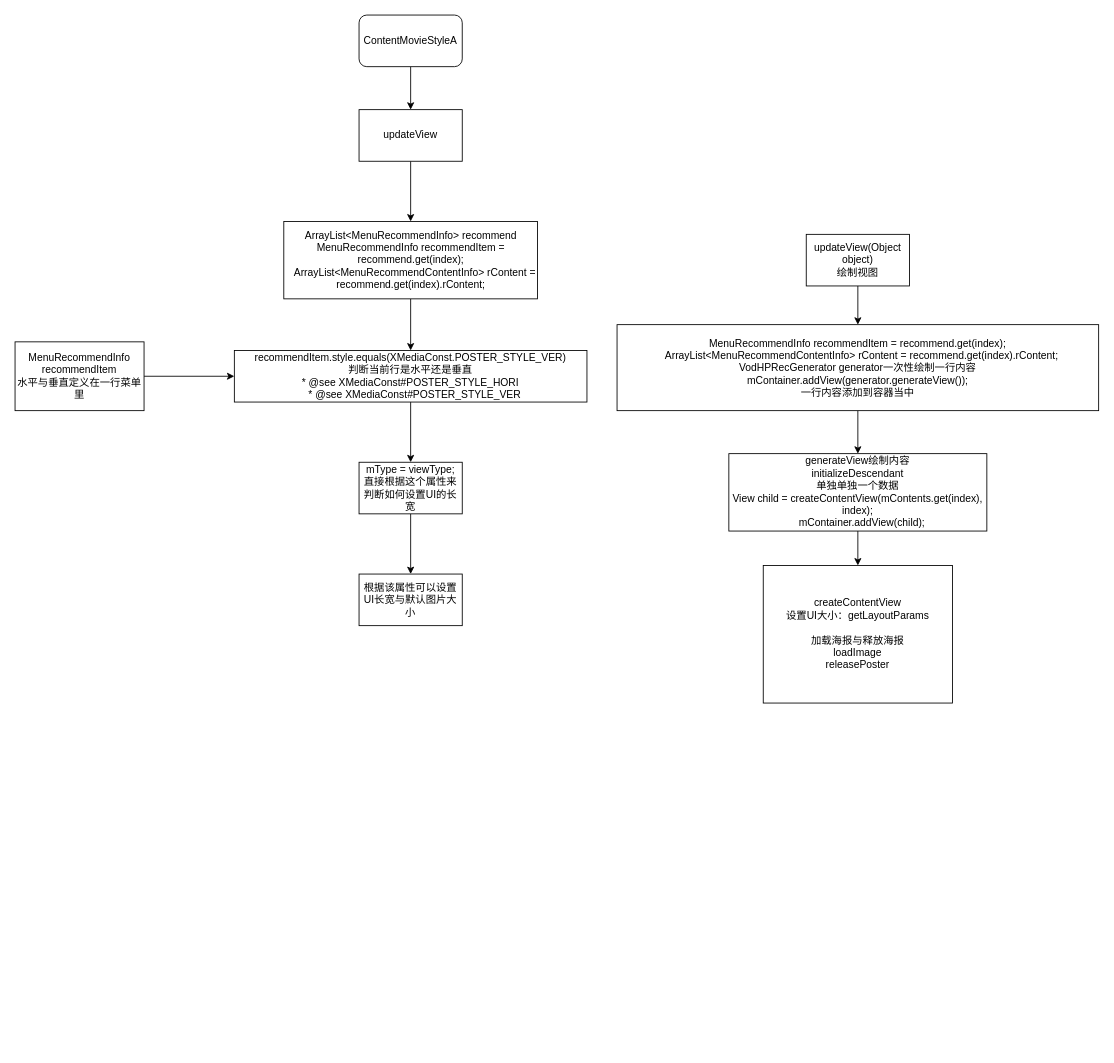
Before: XMediaTv_Dynamic_UI.drawio in honghonglhh2018/ThinkingFlowChart, a draw.io diagram. Source tidied: cells renumbered, new cells numbered last; positions are measured from the earlier drawing's top-left corner, leaving out a move shared by most shapes. Both pictures are drawn from the tidied source at 86%, with x=0, y=0 at pixel (15, 15).
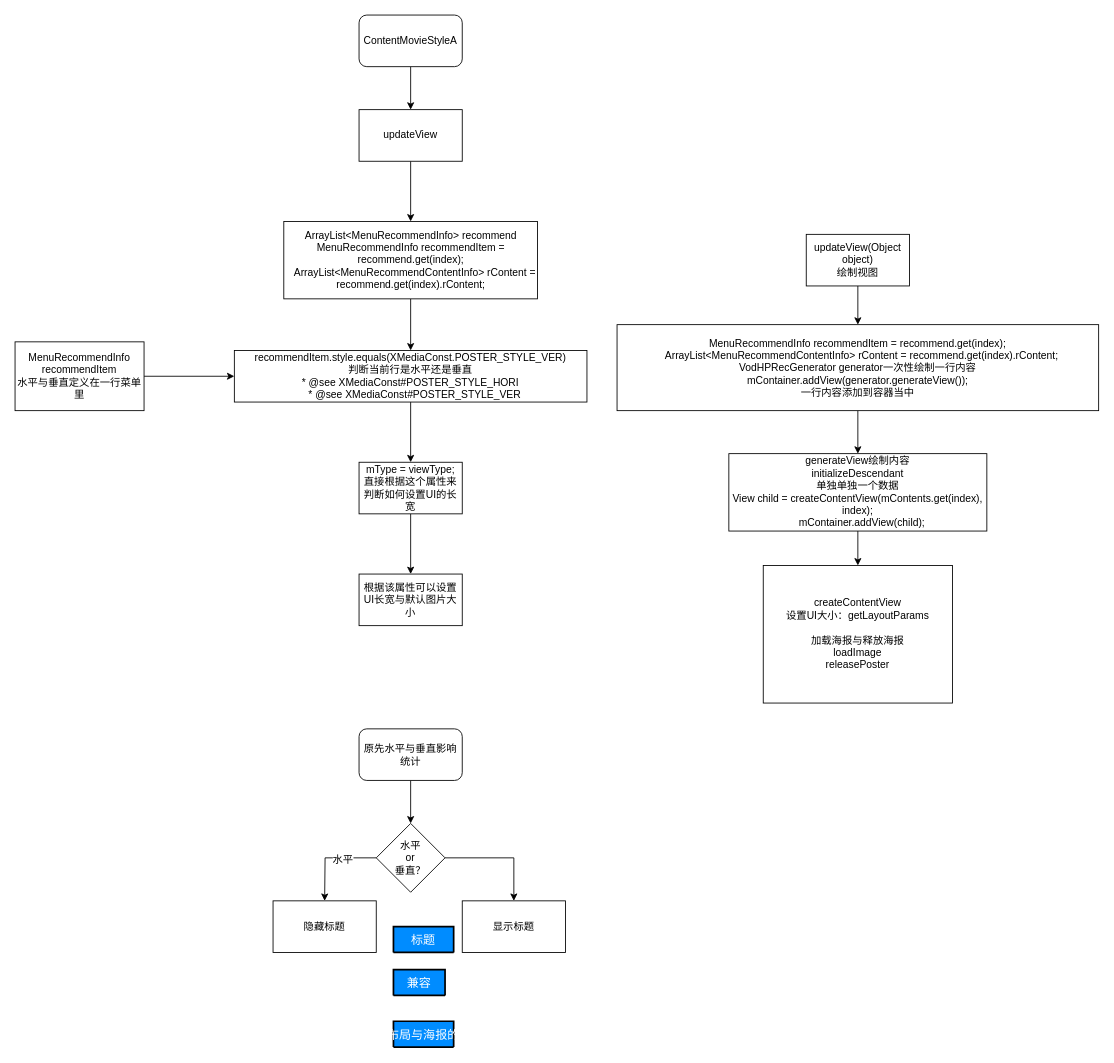
The same diagram, later.

Commit message:
水平与垂直的影响分析

What changed in the source:
```diff
@@
+    <mxCell id="22" style="edgeStyle=orthogonalEdgeStyle;rounded=0;jettySize=auto;html=1;" parent="1" edge="1" source="23" target="27">
+      <mxGeometry relative="1" as="geometry" />
+    </mxCell>
+    <mxCell id="23" value="原先水平与垂直影响统计" style="rounded=1;whiteSpace=wrap;html=1;" parent="1" vertex="1">
+      <mxGeometry x="400" y="830" width="120" height="60" as="geometry" />
+    </mxCell>
+    <mxCell id="24" style="edgeStyle=orthogonalEdgeStyle;rounded=0;jettySize=auto;html=1;" parent="1" edge="1" source="27">
+      <mxGeometry relative="1" as="geometry">
+        <mxPoint x="360" y="1030" as="targetPoint" />
+      </mxGeometry>
+    </mxCell>
+    <mxCell id="25" value="水平" style="text;html=1;align=center;verticalAlign=middle;labelBackgroundColor=#ffffff;" parent="24" vertex="1">
+      <mxGeometry x="-0.27" y="1" relative="1" as="geometry" />
+    </mxCell>
+    <mxCell id="26" style="edgeStyle=orthogonalEdgeStyle;rounded=0;jettySize=auto;html=1;entryX=0.5;entryY=0;entryDx=0;entryDy=0;" parent="1" edge="1" source="27" target="29">
+      <mxGeometry relative="1" as="geometry" />
+    </mxCell>
+    <mxCell id="27" value="水平&lt;br&gt;or&lt;br&gt;垂直？" style="rhombus;whiteSpace=wrap;html=1;" parent="1" vertex="1">
+      <mxGeometry x="420" y="940" width="80" height="80" as="geometry" />
+    </mxCell>
+    <mxCell id="28" value="隐藏标题" style="rounded=0;whiteSpace=wrap;html=1;" parent="1" vertex="1">
+      <mxGeometry x="300" y="1030" width="120" height="60" as="geometry" />
+    </mxCell>
+    <mxCell id="29" value="显示标题" style="rounded=0;whiteSpace=wrap;html=1;" parent="1" vertex="1">
+      <mxGeometry x="520" y="1030" width="120" height="60" as="geometry" />
+    </mxCell>
+    <mxCell id="30" value="标题" style="swimlane;horizontal=1;startSize=30;fillColor=#008cff;fontColor=#FFFFFF;rounded=1;fontSize=14;fontStyle=0;strokeWidth=2;shadow=0;dashed=0;align=center;" parent="1" vertex="1" collapsed="1">
+      <mxGeometry x="440" y="1060" width="70" height="30" as="geometry" />
+    </mxCell>
+    <mxCell id="31" value="兼容" style="swimlane;horizontal=1;startSize=30;fillColor=#008cff;fontColor=#FFFFFF;rounded=1;fontSize=14;fontStyle=0;strokeWidth=2;shadow=0;dashed=0;align=center;" parent="1" vertex="1" collapsed="1">
+      <mxGeometry x="440" y="1110" width="60" height="30" as="geometry" />
+    </mxCell>
+    <mxCell id="32" value="影响布局与海报的大小" style="swimlane;horizontal=1;startSize=30;fillColor=#008cff;fontColor=#FFFFFF;rounded=1;fontSize=14;fontStyle=0;strokeWidth=2;shadow=0;dashed=0;align=center;" parent="1" vertex="1" collapsed="1">
+      <mxGeometry x="440" y="1170" width="70" height="30" as="geometry" />
+    </mxCell>
```
